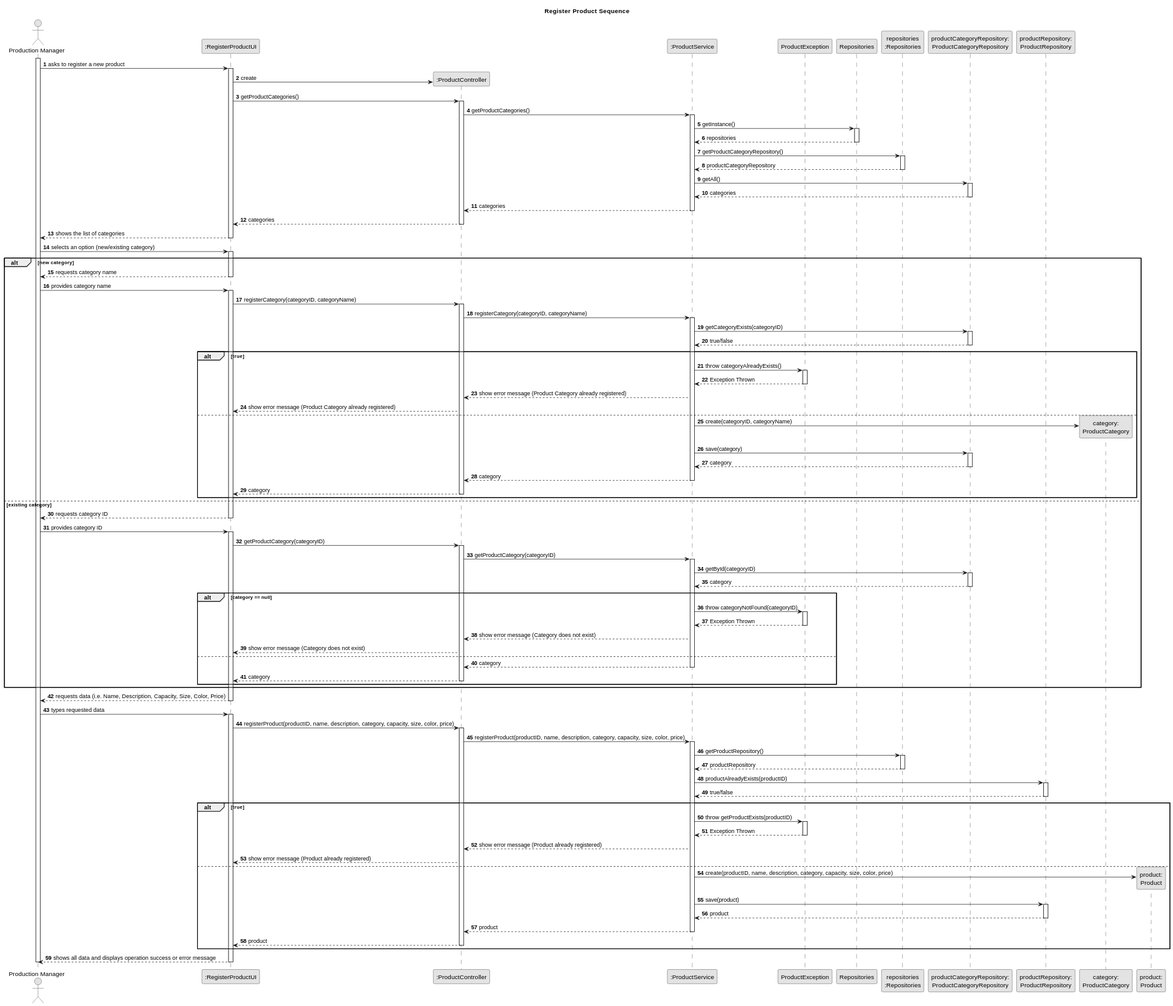
Above: documentation/user-stories/us011/03.design/svg/us011-sequence-diagram.svg in daniel41silva05/Production_Control_Industrial_ISEP (PlantUML), before the change.
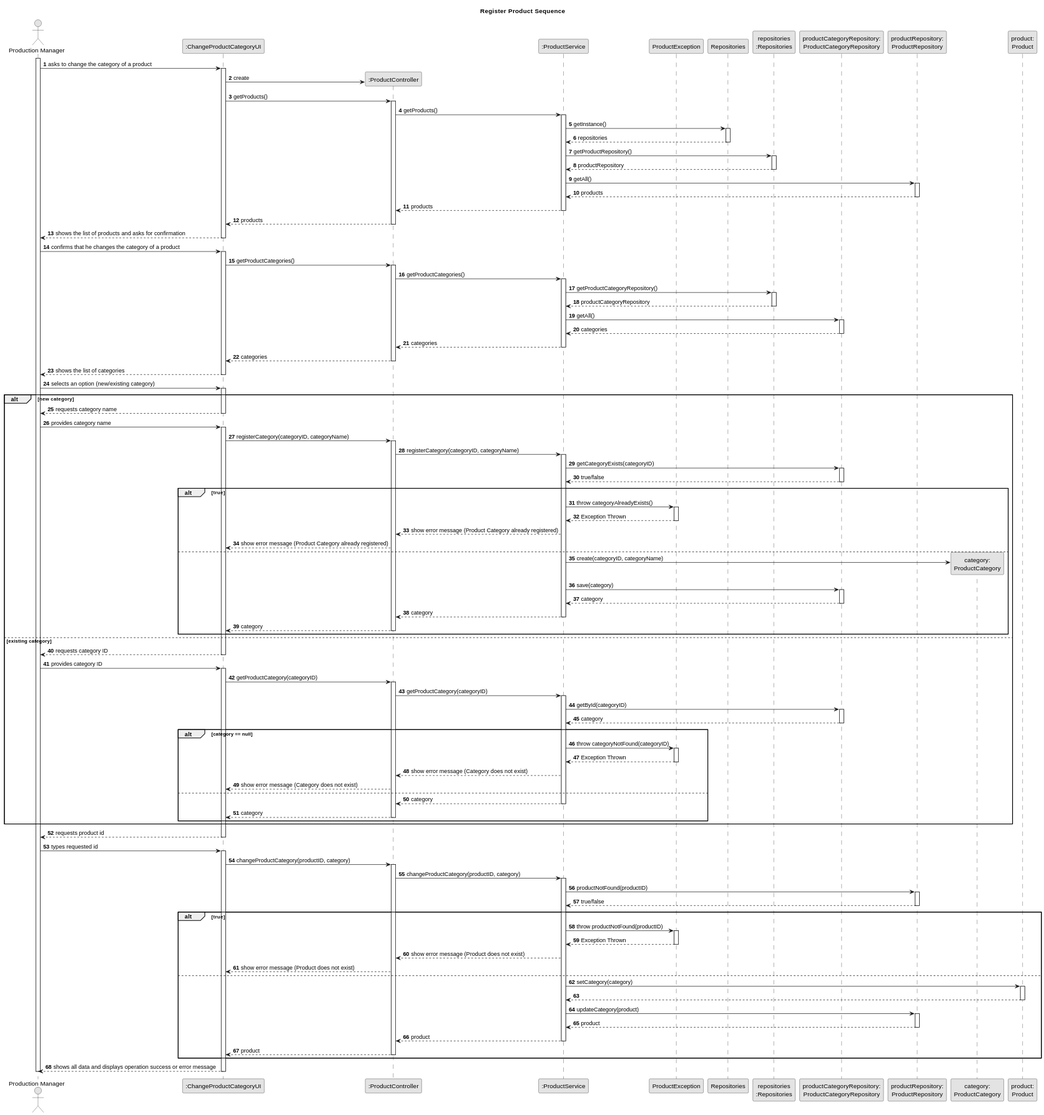
Later version of the same file.

Change to the diagram source:
```diff
@@ -8,7 +8,7 @@
 autonumber
 
 actor "Production Manager" as PM
-participant ":RegisterProductUI" as UI
+participant ":ChangeProductCategoryUI" as UI
 participant ":ProductController" as CTRL
 participant ":ProductService" as SRV
 participant "ProductException" as EXC
@@ -22,20 +22,48 @@
 title Register Product Sequence
 
 activate PM
-    PM -> UI : asks to register a new product
+    PM -> UI : asks to change the category of a product
     activate UI
 
         UI -> CTRL** : create
+
+        UI -> CTRL : getProducts()
+        activate CTRL
+            CTRL -> SRV : getProducts()
+            activate SRV
+
+                SRV -> REPS : getInstance()
+                activate REPS
+                REPS --> SRV: repositories
+                deactivate REPS
+                SRV -> REP : getProductRepository()
+                activate REP
+                REP --> SRV : productRepository
+                deactivate REP
+
+                SRV -> productRepository : getAll()
+                activate productRepository
+
+                productRepository --> SRV: products
+                deactivate productRepository
+
+            SRV --> CTRL : products
+            deactivate SRV
+
+        CTRL --> UI : products
+        deactivate CTRL
+
+    UI --> PM : shows the list of products and asks for confirmation
+    deactivate UI
+
+    PM -> UI : confirms that he changes the category of a product
+    activate UI
 
         UI -> CTRL : getProductCategories()
         activate CTRL
             CTRL -> SRV : getProductCategories()
             activate SRV
 
-                SRV -> REPS : getInstance()
-                activate REPS
-                REPS --> SRV: repositories
-                deactivate REPS
                 SRV -> REP : getProductCategoryRepository()
                 activate REP
                 REP --> SRV : productCategoryRepository
@@ -132,40 +160,38 @@
     end
     end
 
-        UI --> PM : requests data (i.e. Name, Description, Capacity, Size, Color, Price)
+        UI --> PM : requests product id
     deactivate UI
 
-    PM -> UI : types requested data
+    PM -> UI : types requested id
     activate UI
 
-        UI -> CTRL : registerProduct(productID, name, description, category, capacity, size, color, price)
+        UI -> CTRL : changeProductCategory(productID, category)
         activate CTRL
-            CTRL -> SRV : registerProduct(productID, name, description, category, capacity, size, color, price)
+            CTRL -> SRV : changeProductCategory(productID, category)
             activate SRV
 
-                SRV -> REP : getProductRepository()
-                activate REP
-                REP --> SRV : productRepository
-                deactivate REP
-
-                SRV -> productRepository: productAlreadyExists(productID)
+                SRV -> productRepository: productNotFound(productID)
                 activate productRepository
                 productRepository --> SRV: true/false
                 deactivate productRepository
 
                 alt true
-                    SRV -> EXC: throw getProductExists(productID)
+                    SRV -> EXC: throw productNotFound(productID)
                     activate EXC
                     EXC --> SRV: Exception Thrown
                     deactivate EXC
-                    SRV --> CTRL: show error message (Product already registered)
+                    SRV --> CTRL: show error message (Product does not exist)
 
-                    CTRL --> UI: show error message (Product already registered)
+                    CTRL --> UI: show error message (Product does not exist)
                 else
 
-                SRV -> PRODUCT** : create(productID, name, description, category, capacity, size, color, price)
+                SRV -> PRODUCT : setCategory(category)
+                activate PRODUCT
+                PRODUCT --> SRV :
+                deactivate PRODUCT
 
-                    SRV -> productRepository: save(product)
+                    SRV -> productRepository: updateCategory(product)
                     activate productRepository
                     productRepository --> SRV: product
                     deactivate productRepository
```
